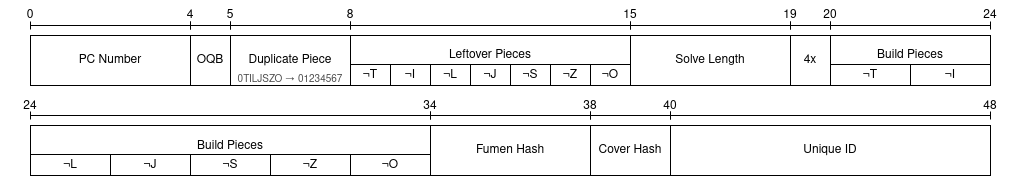
Before: static/database/setupid.png, a diagram exported from draw.io (Marfung37/pc-database). Source tidied: cells renumbered, new cells last; positions are measured from the earlier drawing's top-left corner, leaving out a move shared by most shapes. The source it was exported from:
```xml
<mxGraphModel>
  <root>
    <mxCell id="0" />
    <mxCell id="1" parent="0" />
    <mxCell id="2" value="PC Number" style="rounded=0;whiteSpace=wrap;html=1;" parent="1" vertex="1">
      <mxGeometry x="30" y="35" width="160" height="50" as="geometry" />
    </mxCell>
    <mxCell id="3" value="OQB" style="rounded=0;whiteSpace=wrap;html=1;" parent="1" vertex="1">
      <mxGeometry x="190" y="35" width="40" height="50" as="geometry" />
    </mxCell>
    <mxCell id="4" value="Duplicate Piece" style="rounded=0;whiteSpace=wrap;html=1;" parent="1" vertex="1">
      <mxGeometry x="230" y="35" width="120" height="50" as="geometry" />
    </mxCell>
    <mxCell id="5" style="rounded=0;whiteSpace=wrap;html=1;" parent="1" vertex="1">
      <mxGeometry x="350" y="35" width="280" height="50" as="geometry" />
    </mxCell>
    <mxCell id="6" value="&lt;div&gt;Solve Length&lt;/div&gt;" style="rounded=0;whiteSpace=wrap;html=1;" parent="1" vertex="1">
      <mxGeometry x="630" y="35" width="160" height="50" as="geometry" />
    </mxCell>
    <mxCell id="7" value="4x" style="rounded=0;whiteSpace=wrap;html=1;" parent="1" vertex="1">
      <mxGeometry x="790" y="35" width="40" height="50" as="geometry" />
    </mxCell>
    <mxCell id="8" style="rounded=0;whiteSpace=wrap;html=1;" parent="1" vertex="1">
      <mxGeometry x="830" y="35" width="160" height="50" as="geometry" />
    </mxCell>
    <mxCell id="9" value="Fumen Hash" style="rounded=0;whiteSpace=wrap;html=1;" parent="1" vertex="1">
      <mxGeometry x="430" y="125" width="160" height="50" as="geometry" />
    </mxCell>
    <mxCell id="10" value="Cover Hash" style="rounded=0;whiteSpace=wrap;html=1;" parent="1" vertex="1">
      <mxGeometry x="590" y="125" width="80" height="50" as="geometry" />
    </mxCell>
    <mxCell id="11" value="Unique ID" style="rounded=0;whiteSpace=wrap;html=1;" parent="1" vertex="1">
      <mxGeometry x="670" y="125" width="320" height="50" as="geometry" />
    </mxCell>
    <mxCell id="12" style="endArrow=baseDash;html=1;rounded=0;endFill=0;startArrow=baseDash;startFill=0;" parent="1" edge="1">
      <mxGeometry relative="1" as="geometry">
        <mxPoint x="30" y="25" as="sourcePoint" />
        <mxPoint x="190" y="25" as="targetPoint" />
      </mxGeometry>
    </mxCell>
    <mxCell id="13" style="endArrow=baseDash;html=1;rounded=0;endFill=0;startArrow=baseDash;startFill=0;" parent="1" edge="1">
      <mxGeometry relative="1" as="geometry">
        <mxPoint x="190" y="25" as="sourcePoint" />
        <mxPoint x="230" y="25" as="targetPoint" />
      </mxGeometry>
    </mxCell>
    <mxCell id="14" style="endArrow=baseDash;html=1;rounded=0;endFill=0;startArrow=baseDash;startFill=0;" parent="1" edge="1">
      <mxGeometry relative="1" as="geometry">
        <mxPoint x="230" y="25" as="sourcePoint" />
        <mxPoint x="350" y="25" as="targetPoint" />
      </mxGeometry>
    </mxCell>
    <mxCell id="15" value="0" style="text;html=1;align=center;verticalAlign=middle;whiteSpace=wrap;rounded=0;" parent="1" vertex="1">
      <mxGeometry width="60" height="30" as="geometry" />
    </mxCell>
    <mxCell id="16" value="4" style="text;html=1;align=center;verticalAlign=middle;whiteSpace=wrap;rounded=0;" parent="1" vertex="1">
      <mxGeometry x="160" width="60" height="30" as="geometry" />
    </mxCell>
    <mxCell id="17" style="rounded=0;whiteSpace=wrap;html=1;" parent="1" vertex="1">
      <mxGeometry x="30" y="125" width="400" height="50" as="geometry" />
    </mxCell>
    <mxCell id="18" value="5" style="text;html=1;align=center;verticalAlign=middle;whiteSpace=wrap;rounded=0;" parent="1" vertex="1">
      <mxGeometry x="200" width="60" height="30" as="geometry" />
    </mxCell>
    <mxCell id="19" style="endArrow=baseDash;html=1;rounded=0;endFill=0;startArrow=baseDash;startFill=0;" parent="1" edge="1">
      <mxGeometry relative="1" as="geometry">
        <mxPoint x="350" y="25" as="sourcePoint" />
        <mxPoint x="630" y="25" as="targetPoint" />
      </mxGeometry>
    </mxCell>
    <mxCell id="20" value="8" style="text;html=1;align=center;verticalAlign=middle;whiteSpace=wrap;rounded=0;" parent="1" vertex="1">
      <mxGeometry x="320" width="60" height="30" as="geometry" />
    </mxCell>
    <mxCell id="21" style="endArrow=baseDash;html=1;rounded=0;endFill=0;startArrow=baseDash;startFill=0;" parent="1" edge="1">
      <mxGeometry relative="1" as="geometry">
        <mxPoint x="630" y="25" as="sourcePoint" />
        <mxPoint x="790" y="25" as="targetPoint" />
      </mxGeometry>
    </mxCell>
    <mxCell id="22" style="endArrow=baseDash;html=1;rounded=0;endFill=0;startArrow=baseDash;startFill=0;" parent="1" edge="1">
      <mxGeometry relative="1" as="geometry">
        <mxPoint x="830" y="25" as="sourcePoint" />
        <mxPoint x="990" y="25" as="targetPoint" />
      </mxGeometry>
    </mxCell>
    <mxCell id="23" style="endArrow=baseDash;html=1;rounded=0;endFill=0;startArrow=baseDash;startFill=0;" parent="1" edge="1">
      <mxGeometry relative="1" as="geometry">
        <mxPoint x="790" y="25" as="sourcePoint" />
        <mxPoint x="830" y="25" as="targetPoint" />
      </mxGeometry>
    </mxCell>
    <mxCell id="24" style="endArrow=baseDash;html=1;rounded=0;endFill=0;startArrow=baseDash;startFill=0;" parent="1" edge="1">
      <mxGeometry relative="1" as="geometry">
        <mxPoint x="30" y="115" as="sourcePoint" />
        <mxPoint x="430" y="115" as="targetPoint" />
      </mxGeometry>
    </mxCell>
    <mxCell id="25" style="endArrow=baseDash;html=1;rounded=0;endFill=0;startArrow=baseDash;startFill=0;" parent="1" edge="1">
      <mxGeometry relative="1" as="geometry">
        <mxPoint x="430" y="115" as="sourcePoint" />
        <mxPoint x="590" y="115" as="targetPoint" />
      </mxGeometry>
    </mxCell>
    <mxCell id="26" style="endArrow=baseDash;html=1;rounded=0;endFill=0;startArrow=baseDash;startFill=0;" parent="1" edge="1">
      <mxGeometry relative="1" as="geometry">
        <mxPoint x="590" y="115" as="sourcePoint" />
        <mxPoint x="670" y="115" as="targetPoint" />
      </mxGeometry>
    </mxCell>
    <mxCell id="27" style="endArrow=baseDash;html=1;rounded=0;endFill=0;startArrow=baseDash;startFill=0;" parent="1" edge="1">
      <mxGeometry relative="1" as="geometry">
        <mxPoint x="670" y="115" as="sourcePoint" />
        <mxPoint x="990" y="115" as="targetPoint" />
      </mxGeometry>
    </mxCell>
    <mxCell id="28" value="19" style="text;html=1;align=center;verticalAlign=middle;whiteSpace=wrap;rounded=0;" parent="1" vertex="1">
      <mxGeometry x="760" width="60" height="30" as="geometry" />
    </mxCell>
    <mxCell id="29" value="20" style="text;html=1;align=center;verticalAlign=middle;whiteSpace=wrap;rounded=0;" parent="1" vertex="1">
      <mxGeometry x="800" width="60" height="30" as="geometry" />
    </mxCell>
    <mxCell id="30" value="24" style="text;html=1;align=center;verticalAlign=middle;whiteSpace=wrap;rounded=0;" parent="1" vertex="1">
      <mxGeometry x="960" width="60" height="30" as="geometry" />
    </mxCell>
    <mxCell id="31" value="34" style="text;html=1;align=center;verticalAlign=middle;whiteSpace=wrap;rounded=0;" parent="1" vertex="1">
      <mxGeometry x="400" y="91" width="60" height="30" as="geometry" />
    </mxCell>
    <mxCell id="32" value="38" style="text;html=1;align=center;verticalAlign=middle;whiteSpace=wrap;rounded=0;" parent="1" vertex="1">
      <mxGeometry x="560" y="91" width="60" height="30" as="geometry" />
    </mxCell>
    <mxCell id="33" value="40" style="text;html=1;align=center;verticalAlign=middle;whiteSpace=wrap;rounded=0;" parent="1" vertex="1">
      <mxGeometry x="640" y="91" width="60" height="30" as="geometry" />
    </mxCell>
    <mxCell id="34" value="48" style="text;html=1;align=center;verticalAlign=middle;whiteSpace=wrap;rounded=0;" parent="1" vertex="1">
      <mxGeometry x="960" y="91" width="60" height="30" as="geometry" />
    </mxCell>
    <mxCell id="35" value="15" style="text;html=1;align=center;verticalAlign=middle;whiteSpace=wrap;rounded=0;" parent="1" vertex="1">
      <mxGeometry x="600" width="60" height="30" as="geometry" />
    </mxCell>
    <mxCell id="36" value="24" style="text;html=1;align=center;verticalAlign=middle;whiteSpace=wrap;rounded=0;" parent="1" vertex="1">
      <mxGeometry y="91" width="60" height="30" as="geometry" />
    </mxCell>
    <mxCell id="37" value="¬T" style="rounded=0;whiteSpace=wrap;html=1;" parent="1" vertex="1">
      <mxGeometry x="350" y="64" width="40" height="21" as="geometry" />
    </mxCell>
    <mxCell id="38" value="¬I" style="rounded=0;whiteSpace=wrap;html=1;" parent="1" vertex="1">
      <mxGeometry x="390" y="64" width="40" height="21" as="geometry" />
    </mxCell>
    <mxCell id="39" value="¬L" style="rounded=0;whiteSpace=wrap;html=1;" parent="1" vertex="1">
      <mxGeometry x="430" y="64" width="40" height="21" as="geometry" />
    </mxCell>
    <mxCell id="40" value="¬J" style="rounded=0;whiteSpace=wrap;html=1;" parent="1" vertex="1">
      <mxGeometry x="470" y="64" width="40" height="21" as="geometry" />
    </mxCell>
    <mxCell id="41" value="¬S" style="rounded=0;whiteSpace=wrap;html=1;" parent="1" vertex="1">
      <mxGeometry x="510" y="64" width="40" height="21" as="geometry" />
    </mxCell>
    <mxCell id="42" value="¬Z" style="rounded=0;whiteSpace=wrap;html=1;" parent="1" vertex="1">
      <mxGeometry x="550" y="64" width="40" height="21" as="geometry" />
    </mxCell>
    <mxCell id="43" value="¬O" style="rounded=0;whiteSpace=wrap;html=1;" parent="1" vertex="1">
      <mxGeometry x="590" y="64" width="40" height="21" as="geometry" />
    </mxCell>
    <mxCell id="44" value="Leftover Pieces" style="text;html=1;align=center;verticalAlign=middle;whiteSpace=wrap;rounded=0;" parent="1" vertex="1">
      <mxGeometry x="435" y="40" width="110" height="30" as="geometry" />
    </mxCell>
    <mxCell id="45" value="¬O" style="rounded=0;whiteSpace=wrap;html=1;" parent="1" vertex="1">
      <mxGeometry x="350" y="154" width="80" height="21" as="geometry" />
    </mxCell>
    <mxCell id="46" value="¬Z" style="rounded=0;whiteSpace=wrap;html=1;" parent="1" vertex="1">
      <mxGeometry x="270" y="154" width="80" height="21" as="geometry" />
    </mxCell>
    <mxCell id="47" value="¬S" style="rounded=0;whiteSpace=wrap;html=1;" parent="1" vertex="1">
      <mxGeometry x="190" y="154" width="80" height="21" as="geometry" />
    </mxCell>
    <mxCell id="48" value="¬J" style="rounded=0;whiteSpace=wrap;html=1;" parent="1" vertex="1">
      <mxGeometry x="110" y="154" width="80" height="21" as="geometry" />
    </mxCell>
    <mxCell id="49" value="¬I" style="rounded=0;whiteSpace=wrap;html=1;" parent="1" vertex="1">
      <mxGeometry x="910" y="64" width="80" height="21" as="geometry" />
    </mxCell>
    <mxCell id="50" value="¬L" style="rounded=0;whiteSpace=wrap;html=1;" parent="1" vertex="1">
      <mxGeometry x="30" y="154" width="80" height="21" as="geometry" />
    </mxCell>
    <mxCell id="51" value="¬T" style="rounded=0;whiteSpace=wrap;html=1;" parent="1" vertex="1">
      <mxGeometry x="830" y="64" width="80" height="21" as="geometry" />
    </mxCell>
    <mxCell id="52" value="&lt;div&gt;Build Pieces&lt;/div&gt;" style="text;html=1;align=center;verticalAlign=middle;whiteSpace=wrap;rounded=0;" parent="1" vertex="1">
      <mxGeometry x="855" y="40" width="110" height="30" as="geometry" />
    </mxCell>
    <mxCell id="53" value="&lt;div&gt;Build Pieces&lt;/div&gt;" style="text;html=1;align=center;verticalAlign=middle;whiteSpace=wrap;rounded=0;" parent="1" vertex="1">
      <mxGeometry x="175" y="131" width="110" height="30" as="geometry" />
    </mxCell>
    <mxCell id="54" value="&lt;font style=&quot;font-size: 10px;&quot;&gt;0TILJSZO → 01234567&lt;/font&gt;" style="text;html=1;align=center;verticalAlign=middle;whiteSpace=wrap;rounded=0;glass=0;fontStyle=0;fontColor=#4D4D4D;" parent="1" vertex="1">
      <mxGeometry x="225" y="64" width="130" height="30" as="geometry" />
    </mxCell>
  </root>
</mxGraphModel>
```
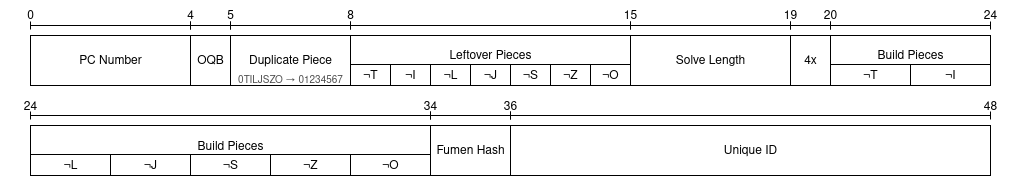
The same file after the commit.

Commit message:
Updates packages and setup id diagram

Change to the diagram source:
```diff
@@ -24,13 +24,10 @@
       <mxGeometry x="830" y="35" width="160" height="50" as="geometry" />
     </mxCell>
     <mxCell id="9" value="Fumen Hash" style="rounded=0;whiteSpace=wrap;html=1;" parent="1" vertex="1">
-      <mxGeometry x="430" y="125" width="160" height="50" as="geometry" />
+      <mxGeometry x="430" y="125" width="80" height="50" as="geometry" />
     </mxCell>
-    <mxCell id="10" value="Cover Hash" style="rounded=0;whiteSpace=wrap;html=1;" parent="1" vertex="1">
-      <mxGeometry x="590" y="125" width="80" height="50" as="geometry" />
-    </mxCell>
     <mxCell id="11" value="Unique ID" style="rounded=0;whiteSpace=wrap;html=1;" parent="1" vertex="1">
-      <mxGeometry x="670" y="125" width="320" height="50" as="geometry" />
+      <mxGeometry x="510" y="125" width="480" height="50" as="geometry" />
     </mxCell>
     <mxCell id="12" style="endArrow=baseDash;html=1;rounded=0;endFill=0;startArrow=baseDash;startFill=0;" parent="1" edge="1">
       <mxGeometry relative="1" as="geometry">
@@ -98,18 +95,12 @@
     <mxCell id="25" style="endArrow=baseDash;html=1;rounded=0;endFill=0;startArrow=baseDash;startFill=0;" parent="1" edge="1">
       <mxGeometry relative="1" as="geometry">
         <mxPoint x="430" y="115" as="sourcePoint" />
-        <mxPoint x="590" y="115" as="targetPoint" />
+        <mxPoint x="510" y="115" as="targetPoint" />
       </mxGeometry>
     </mxCell>
-    <mxCell id="26" style="endArrow=baseDash;html=1;rounded=0;endFill=0;startArrow=baseDash;startFill=0;" parent="1" edge="1">
-      <mxGeometry relative="1" as="geometry">
-        <mxPoint x="590" y="115" as="sourcePoint" />
-        <mxPoint x="670" y="115" as="targetPoint" />
-      </mxGeometry>
-    </mxCell>
     <mxCell id="27" style="endArrow=baseDash;html=1;rounded=0;endFill=0;startArrow=baseDash;startFill=0;" parent="1" edge="1">
       <mxGeometry relative="1" as="geometry">
-        <mxPoint x="670" y="115" as="sourcePoint" />
+        <mxPoint x="510" y="115" as="sourcePoint" />
         <mxPoint x="990" y="115" as="targetPoint" />
       </mxGeometry>
     </mxCell>
@@ -125,12 +116,9 @@
     <mxCell id="31" value="34" style="text;html=1;align=center;verticalAlign=middle;whiteSpace=wrap;rounded=0;" parent="1" vertex="1">
       <mxGeometry x="400" y="91" width="60" height="30" as="geometry" />
     </mxCell>
-    <mxCell id="32" value="38" style="text;html=1;align=center;verticalAlign=middle;whiteSpace=wrap;rounded=0;" parent="1" vertex="1">
-      <mxGeometry x="560" y="91" width="60" height="30" as="geometry" />
+    <mxCell id="32" value="36" style="text;html=1;align=center;verticalAlign=middle;whiteSpace=wrap;rounded=0;" parent="1" vertex="1">
+      <mxGeometry x="480" y="91" width="60" height="30" as="geometry" />
     </mxCell>
-    <mxCell id="33" value="40" style="text;html=1;align=center;verticalAlign=middle;whiteSpace=wrap;rounded=0;" parent="1" vertex="1">
-      <mxGeometry x="640" y="91" width="60" height="30" as="geometry" />
-    </mxCell>
     <mxCell id="34" value="48" style="text;html=1;align=center;verticalAlign=middle;whiteSpace=wrap;rounded=0;" parent="1" vertex="1">
       <mxGeometry x="960" y="91" width="60" height="30" as="geometry" />
     </mxCell>
```
